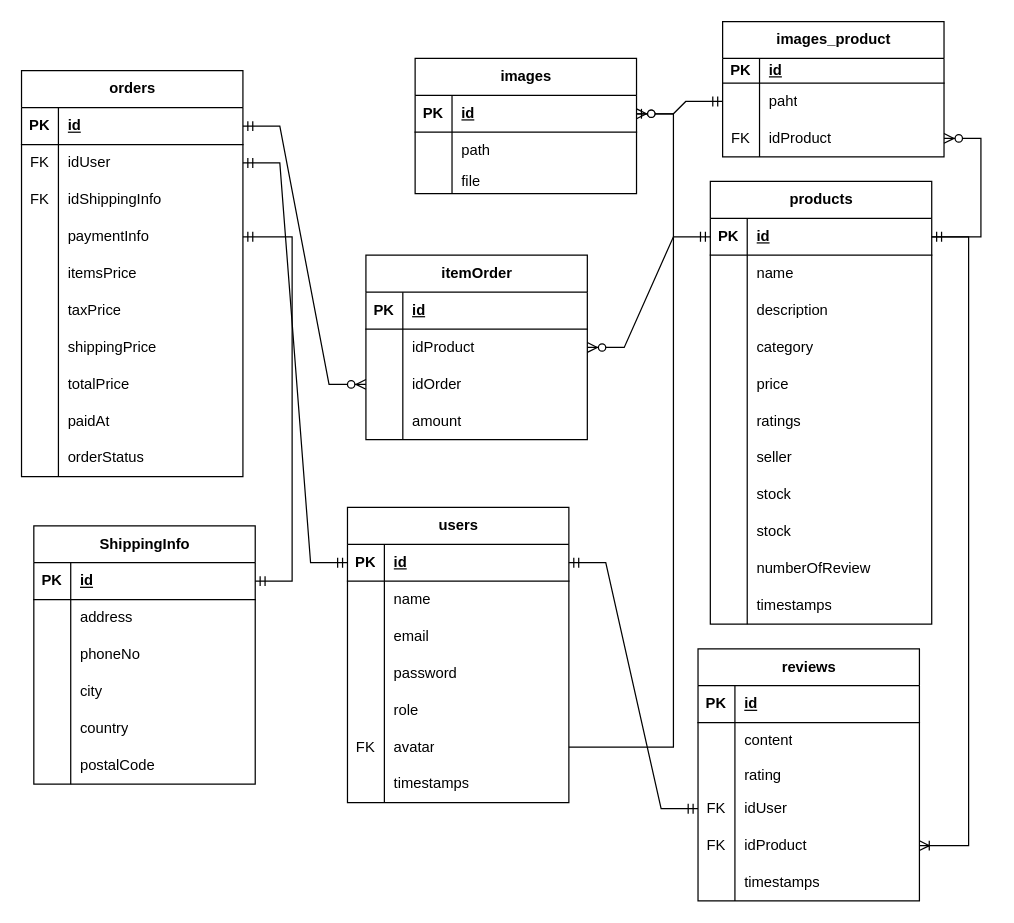
Earlier version of the draw.io diagram PROJECT/SQL.drawio (Vuz139/CN-Web-2022.2). Source tidied: cells renumbered, new cells numbered last; positions are measured from the earlier drawing's top-left corner, leaving out a move shared by most shapes. Both pictures are drawn from the tidied source at 123%, with x=0, y=0 at pixel (21, 21).
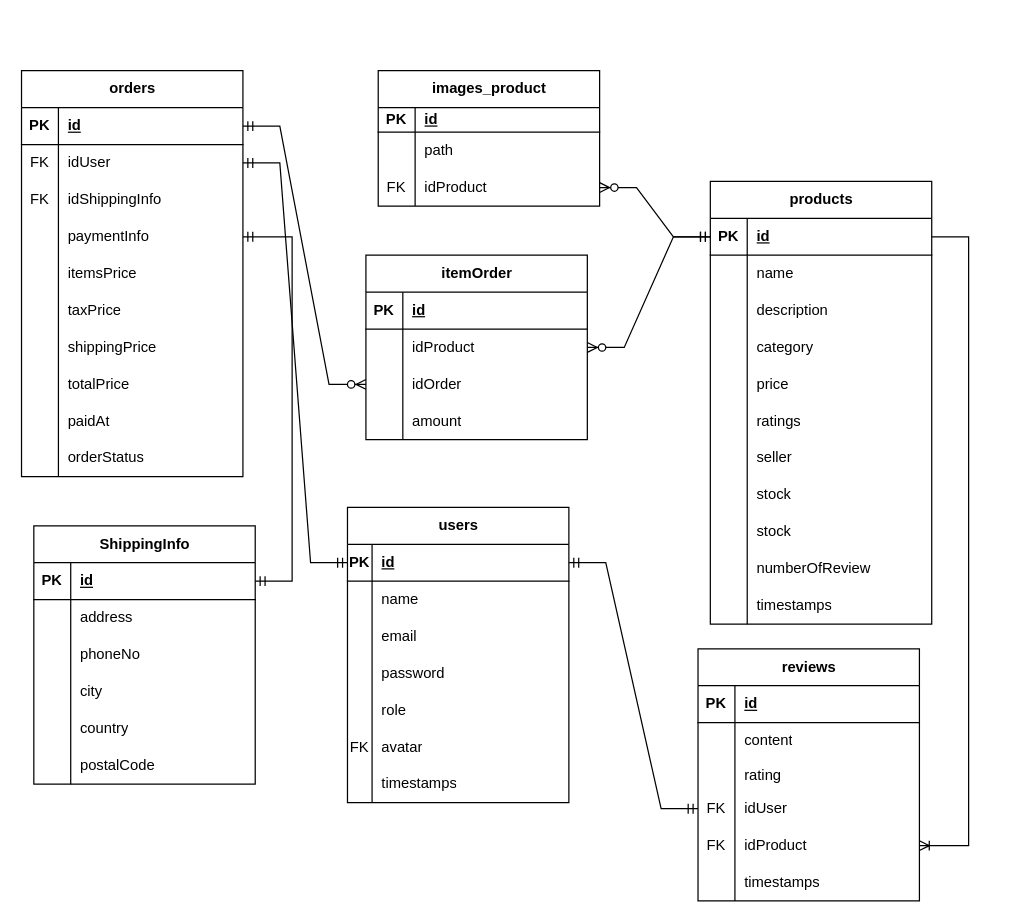
The same diagram, later.

The change refers to these unchanged cells:
```xml
<mxCell id="3" style="shape=tableRow;horizontal=0;startSize=0;swimlaneHead=0;swimlaneBody=0;fillColor=none;points=[[0,0.5],[1,0.5]];portConstraint=eastwest;top=0;left=0;right=0;bottom=1;" parent="2" vertex="1">
  <mxGeometry y="30" width="180" height="30" as="geometry" />
</mxCell>
<mxCell id="6" style="shape=tableRow;horizontal=0;startSize=0;swimlaneHead=0;swimlaneBody=0;fillColor=none;top=0;left=0;right=0;bottom=0;" parent="2" vertex="1">
  <mxGeometry y="60" width="180" height="30" as="geometry" />
</mxCell>
<mxCell id="9" style="shape=tableRow;horizontal=0;startSize=0;swimlaneHead=0;swimlaneBody=0;fillColor=none;top=0;left=0;right=0;bottom=0;" parent="2" vertex="1">
  <mxGeometry y="90" width="180" height="30" as="geometry" />
</mxCell>
<mxCell id="12" style="shape=tableRow;horizontal=0;startSize=0;swimlaneHead=0;swimlaneBody=0;fillColor=none;top=0;left=0;right=0;bottom=0;" parent="2" vertex="1">
  <mxGeometry y="120" width="180" height="30" as="geometry" />
</mxCell>
<mxCell id="15" style="shape=tableRow;horizontal=0;startSize=0;swimlaneHead=0;swimlaneBody=0;fillColor=none;top=0;left=0;right=0;bottom=0;" parent="2" vertex="1">
  <mxGeometry y="150" width="180" height="30" as="geometry" />
</mxCell>
<mxCell id="18" style="shape=tableRow;horizontal=0;startSize=0;swimlaneHead=0;swimlaneBody=0;fillColor=none;points=[[0,0.5],[1,0.5]];portConstraint=eastwest;top=0;left=0;right=0;bottom=0;" parent="2" vertex="1">
  <mxGeometry y="180" width="180" height="30" as="geometry" />
</mxCell>
<mxCell id="21" style="shape=tableRow;horizontal=0;startSize=0;swimlaneHead=0;swimlaneBody=0;fillColor=none;top=0;left=0;right=0;bottom=0;" parent="2" vertex="1">
  <mxGeometry y="210" width="180" height="30" as="geometry" />
</mxCell>
<mxCell id="94" style="shape=tableRow;horizontal=0;startSize=0;swimlaneHead=0;swimlaneBody=0;fillColor=none;points=[[0,0.5],[1,0.5]];portConstraint=eastwest;top=0;left=0;right=0;bottom=0;" parent="90" vertex="1">
  <mxGeometry y="50" width="180" height="30" as="geometry" />
</mxCell>
```

The edit, as a diff of the source:
```diff
@@
     <mxCell id="4" value="PK" style="shape=partialRectangle;fillColor=none;top=0;left=0;bottom=0;right=0;fontStyle=1;overflow=hidden;whiteSpace=wrap;html=1;" parent="3" vertex="1">
-      <mxGeometry width="30" height="30" as="geometry" />
+      <mxGeometry width="20" height="30" as="geometry" />
     </mxCell>
     <mxCell id="5" value="id" style="shape=partialRectangle;fillColor=none;top=0;left=0;bottom=0;right=0;align=left;spacingLeft=6;fontStyle=5;overflow=hidden;whiteSpace=wrap;html=1;" parent="3" vertex="1">
-      <mxGeometry x="30" width="150" height="30" as="geometry" />
+      <mxGeometry x="20" width="160" height="30" as="geometry" />
     </mxCell>
@@
     <mxCell id="7" style="shape=partialRectangle;fillColor=none;top=0;left=0;bottom=0;right=0;overflow=hidden;whiteSpace=wrap;html=1;" parent="6" vertex="1">
-      <mxGeometry width="30" height="30" as="geometry" />
+      <mxGeometry width="20" height="30" as="geometry" />
     </mxCell>
     <mxCell id="8" value="name&lt;span style=&quot;white-space: pre;&quot;&gt; &lt;/span&gt;" style="shape=partialRectangle;fillColor=none;top=0;left=0;bottom=0;right=0;align=left;spacingLeft=6;overflow=hidden;whiteSpace=wrap;html=1;" parent="6" vertex="1">
-      <mxGeometry x="30" width="150" height="30" as="geometry" />
+      <mxGeometry x="20" width="160" height="30" as="geometry" />
     </mxCell>
@@
     <mxCell id="10" style="shape=partialRectangle;fillColor=none;top=0;left=0;bottom=0;right=0;overflow=hidden;whiteSpace=wrap;html=1;" parent="9" vertex="1">
-      <mxGeometry width="30" height="30" as="geometry" />
+      <mxGeometry width="20" height="30" as="geometry" />
     </mxCell>
     <mxCell id="11" value="email" style="shape=partialRectangle;fillColor=none;top=0;left=0;bottom=0;right=0;align=left;spacingLeft=6;overflow=hidden;whiteSpace=wrap;html=1;" parent="9" vertex="1">
-      <mxGeometry x="30" width="150" height="30" as="geometry" />
+      <mxGeometry x="20" width="160" height="30" as="geometry" />
     </mxCell>
@@
     <mxCell id="13" style="shape=partialRectangle;fillColor=none;top=0;left=0;bottom=0;right=0;overflow=hidden;whiteSpace=wrap;html=1;" parent="12" vertex="1">
-      <mxGeometry width="30" height="30" as="geometry" />
+      <mxGeometry width="20" height="30" as="geometry" />
     </mxCell>
     <mxCell id="14" value="password" style="shape=partialRectangle;fillColor=none;top=0;left=0;bottom=0;right=0;align=left;spacingLeft=6;overflow=hidden;whiteSpace=wrap;html=1;" parent="12" vertex="1">
-      <mxGeometry x="30" width="150" height="30" as="geometry" />
+      <mxGeometry x="20" width="160" height="30" as="geometry" />
     </mxCell>
@@
     <mxCell id="16" style="shape=partialRectangle;fillColor=none;top=0;left=0;bottom=0;right=0;overflow=hidden;whiteSpace=wrap;html=1;" parent="15" vertex="1">
-      <mxGeometry width="30" height="30" as="geometry" />
+      <mxGeometry width="20" height="30" as="geometry" />
     </mxCell>
     <mxCell id="17" value="role" style="shape=partialRectangle;fillColor=none;top=0;left=0;bottom=0;right=0;align=left;spacingLeft=6;overflow=hidden;whiteSpace=wrap;html=1;" parent="15" vertex="1">
-      <mxGeometry x="30" width="150" height="30" as="geometry" />
+      <mxGeometry x="20" width="160" height="30" as="geometry" />
     </mxCell>
@@
     <mxCell id="19" value="FK" style="shape=partialRectangle;fillColor=none;top=0;left=0;bottom=0;right=0;overflow=hidden;whiteSpace=wrap;html=1;" parent="18" vertex="1">
-      <mxGeometry width="30" height="30" as="geometry" />
+      <mxGeometry width="20" height="30" as="geometry" />
     </mxCell>
     <mxCell id="20" value="avatar" style="shape=partialRectangle;fillColor=none;top=0;left=0;bottom=0;right=0;align=left;spacingLeft=6;overflow=hidden;whiteSpace=wrap;html=1;" parent="18" vertex="1">
-      <mxGeometry x="30" width="150" height="30" as="geometry" />
+      <mxGeometry x="20" width="160" height="30" as="geometry" />
     </mxCell>
@@
     <mxCell id="22" style="shape=partialRectangle;fillColor=none;top=0;left=0;bottom=0;right=0;overflow=hidden;whiteSpace=wrap;html=1;" parent="21" vertex="1">
-      <mxGeometry width="30" height="30" as="geometry" />
+      <mxGeometry width="20" height="30" as="geometry" />
     </mxCell>
     <mxCell id="23" value="timestamps" style="shape=partialRectangle;fillColor=none;top=0;left=0;bottom=0;right=0;align=left;spacingLeft=6;overflow=hidden;whiteSpace=wrap;html=1;" parent="21" vertex="1">
-      <mxGeometry x="30" width="150" height="30" as="geometry" />
+      <mxGeometry x="20" width="160" height="30" as="geometry" />
     </mxCell>
@@
-    <mxCell id="58" value="images" style="shape=table;startSize=30;childLayout=tableLayout;rowLines=0;fontStyle=1;align=center;html=1;" parent="1" vertex="1">
-      <mxGeometry x="320" y="30" width="180" height="110" as="geometry" />
-    </mxCell>
-    <mxCell id="59" style="shape=tableRow;horizontal=0;startSize=0;swimlaneHead=0;swimlaneBody=0;fillColor=none;points=[[0,0.5],[1,0.5]];portConstraint=eastwest;top=0;left=0;right=0;bottom=1;" parent="58" vertex="1">
-      <mxGeometry y="30" width="180" height="30" as="geometry" />
-    </mxCell>
-    <mxCell id="60" value="PK" style="shape=partialRectangle;fillColor=none;top=0;left=0;bottom=0;right=0;fontStyle=1;overflow=hidden;whiteSpace=wrap;html=1;" parent="59" vertex="1">
-      <mxGeometry width="30" height="30" as="geometry" />
-    </mxCell>
-    <mxCell id="61" value="id" style="shape=partialRectangle;fillColor=none;top=0;left=0;bottom=0;right=0;align=left;spacingLeft=6;fontStyle=5;overflow=hidden;whiteSpace=wrap;html=1;" parent="59" vertex="1">
-      <mxGeometry x="30" width="150" height="30" as="geometry" />
-    </mxCell>
-    <mxCell id="62" style="shape=tableRow;horizontal=0;startSize=0;swimlaneHead=0;swimlaneBody=0;fillColor=none;top=0;left=0;right=0;bottom=0;" parent="58" vertex="1">
-      <mxGeometry y="60" width="180" height="30" as="geometry" />
-    </mxCell>
-    <mxCell id="63" style="shape=partialRectangle;fillColor=none;top=0;left=0;bottom=0;right=0;overflow=hidden;whiteSpace=wrap;html=1;" parent="62" vertex="1">
-      <mxGeometry width="30" height="30" as="geometry" />
-    </mxCell>
-    <mxCell id="64" value="path" style="shape=partialRectangle;fillColor=none;top=0;left=0;bottom=0;right=0;align=left;spacingLeft=6;overflow=hidden;whiteSpace=wrap;html=1;" parent="62" vertex="1">
-      <mxGeometry x="30" width="150" height="30" as="geometry" />
-    </mxCell>
-    <mxCell id="65" style="shape=tableRow;horizontal=0;startSize=0;swimlaneHead=0;swimlaneBody=0;fillColor=none;top=0;left=0;right=0;bottom=0;" parent="58" vertex="1">
-      <mxGeometry y="90" width="180" height="20" as="geometry" />
-    </mxCell>
-    <mxCell id="66" style="shape=partialRectangle;fillColor=none;top=0;left=0;bottom=0;right=0;overflow=hidden;whiteSpace=wrap;html=1;" parent="65" vertex="1">
-      <mxGeometry width="30" height="20" as="geometry" />
-    </mxCell>
-    <mxCell id="67" value="file" style="shape=partialRectangle;fillColor=none;top=0;left=0;bottom=0;right=0;align=left;spacingLeft=6;overflow=hidden;whiteSpace=wrap;html=1;" parent="65" vertex="1">
-      <mxGeometry x="30" width="150" height="20" as="geometry" />
-    </mxCell>
-    <mxCell id="68" style="edgeStyle=entityRelationEdgeStyle;fontSize=12;html=1;endArrow=ERzeroToOne;endFill=1;rounded=0;" parent="1" edge="1" source="18" target="59">
-      <mxGeometry relative="1" as="geometry" />
-    </mxCell>
@@
     <mxCell id="90" value="images_product" style="shape=table;startSize=30;childLayout=tableLayout;rowLines=0;fontStyle=1;align=center;html=1;" parent="1" vertex="1">
-      <mxGeometry x="570" width="180" height="110" as="geometry" />
+      <mxGeometry x="290" y="40" width="180" height="110" as="geometry" />
     </mxCell>
@@
-    <mxCell id="96" value="paht" style="shape=partialRectangle;fillColor=none;top=0;left=0;bottom=0;right=0;align=left;spacingLeft=6;overflow=hidden;whiteSpace=wrap;html=1;" parent="94" vertex="1">
+    <mxCell id="96" value="path" style="shape=partialRectangle;fillColor=none;top=0;left=0;bottom=0;right=0;align=left;spacingLeft=6;overflow=hidden;whiteSpace=wrap;html=1;" parent="94" vertex="1">
       <mxGeometry x="30" width="150" height="30" as="geometry" />
     </mxCell>
@@
-    <mxCell id="100" style="edgeStyle=entityRelationEdgeStyle;fontSize=12;html=1;endArrow=ERzeroToMany;startArrow=ERmandOne;rounded=0;entryX=1;entryY=0.5;entryDx=0;entryDy=0;" parent="1" edge="1" source="94" target="59">
-      <mxGeometry relative="1" as="geometry" />
-    </mxCell>
```
